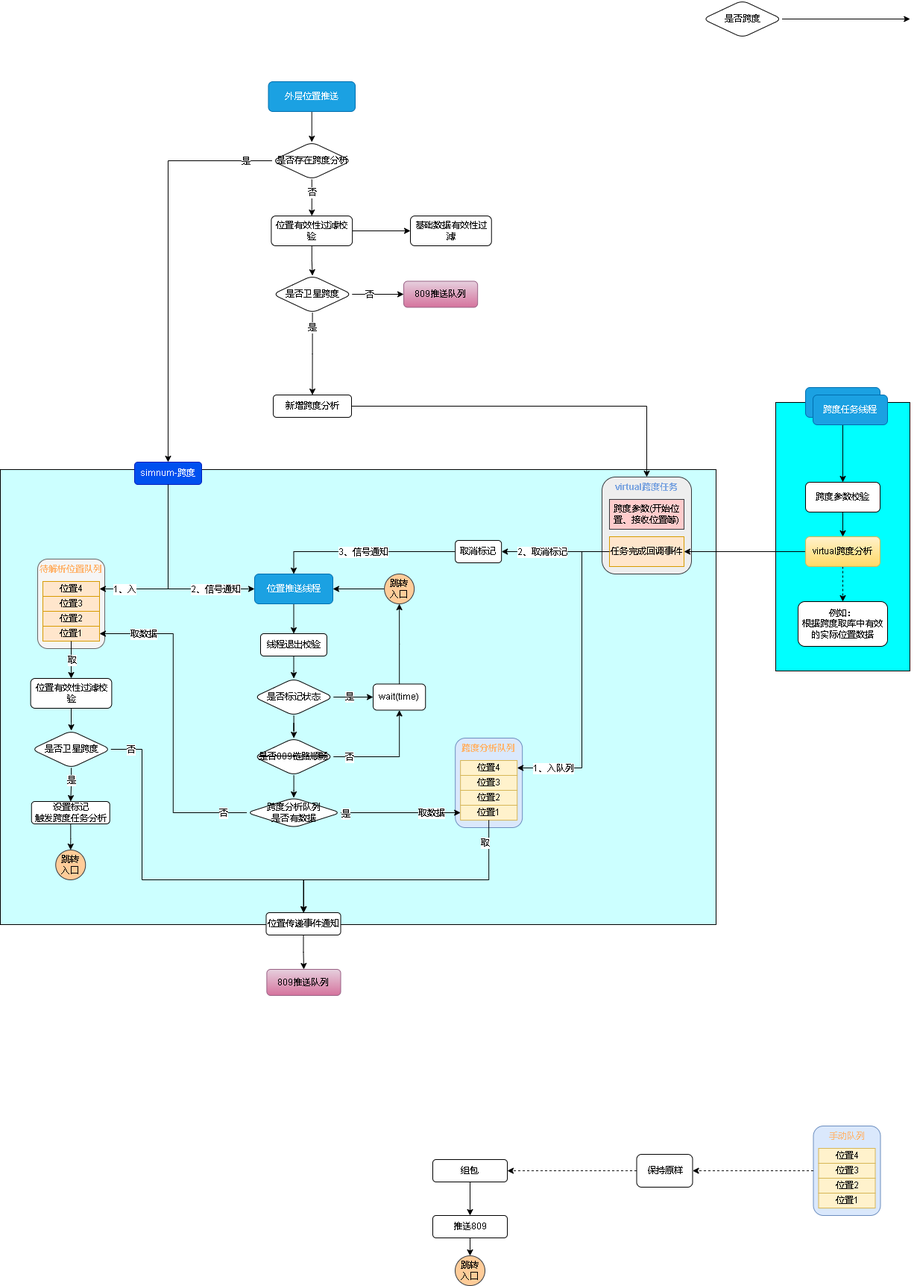
xktder/draw keeps this draw.io diagram as 809数据跨度.drawio.png. Above is the earlier version. Source tidied: cells renumbered, new cells last; positions are measured from the earlier drawing's top-left corner, leaving out a move shared by most shapes.
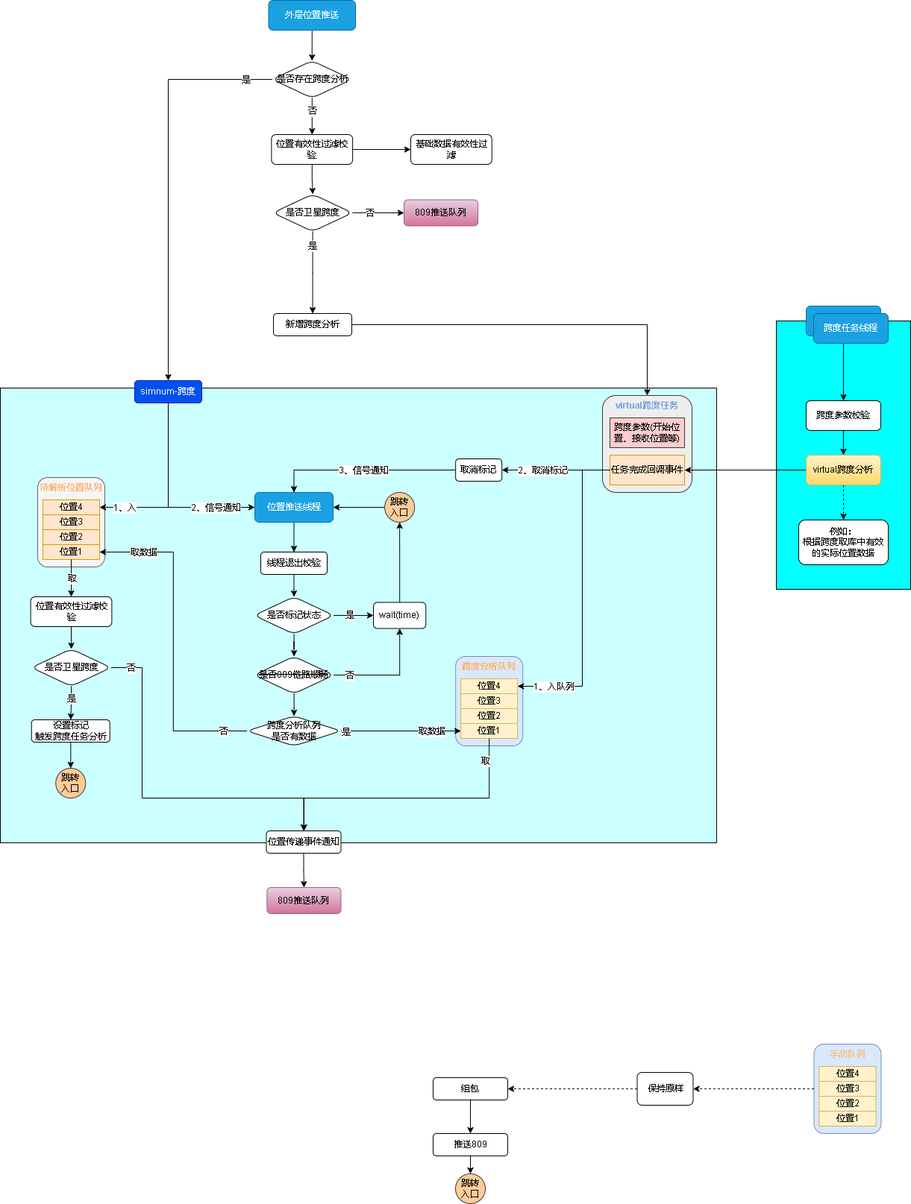
After the commit.

Commit message:
更新809数据跨度.drawio.png

Change to the diagram source:
```diff
@@ -328,14 +328,6 @@
     <mxCell id="94" value="外层位置推送" style="rounded=1;whiteSpace=wrap;html=1;fillColor=#1ba1e2;fontColor=#ffffff;strokeColor=#006EAF;" parent="1" vertex="1">
       <mxGeometry x="359.5" y="109" width="116.5" height="40" as="geometry" />
     </mxCell>
-    <mxCell id="95" style="edgeStyle=orthogonalEdgeStyle;rounded=0;jettySize=auto;html=1;fontColor=#7EA6E0;" parent="1" edge="1" source="96">
-      <mxGeometry relative="1" as="geometry">
-        <mxPoint x="1220.2" y="25" as="targetPoint" />
-      </mxGeometry>
-    </mxCell>
-    <mxCell id="96" value="是否跨度" style="rhombus;whiteSpace=wrap;html=1;fontColor=#000000;rounded=1;" parent="1" vertex="1">
-      <mxGeometry x="942" width="106.5" height="50" as="geometry" />
-    </mxCell>
     <mxCell id="97" style="edgeStyle=orthogonalEdgeStyle;rounded=0;jettySize=auto;html=1;fontColor=#000000;" parent="1" edge="1" source="99" target="104">
       <mxGeometry relative="1" as="geometry" />
     </mxCell>
```
